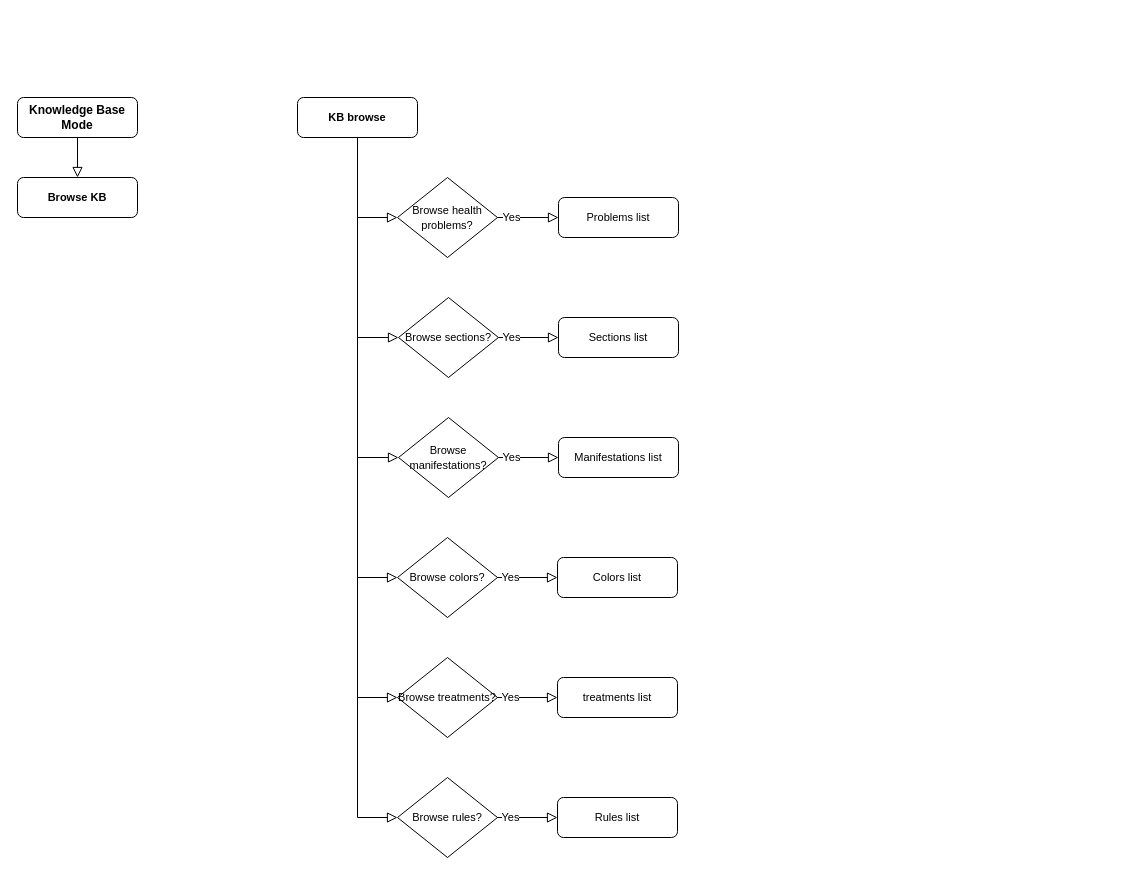
Above: docs/kb_mode_rules.drawio in francescoperagine/GreMaES (draw.io), before the change. Source tidied: cells renumbered, new cells numbered last; positions are measured from the earlier drawing's top-left corner, leaving out a move shared by most shapes. Both pictures are drawn from the tidied source at 100%, with x=0, y=0 at pixel (17, 97).
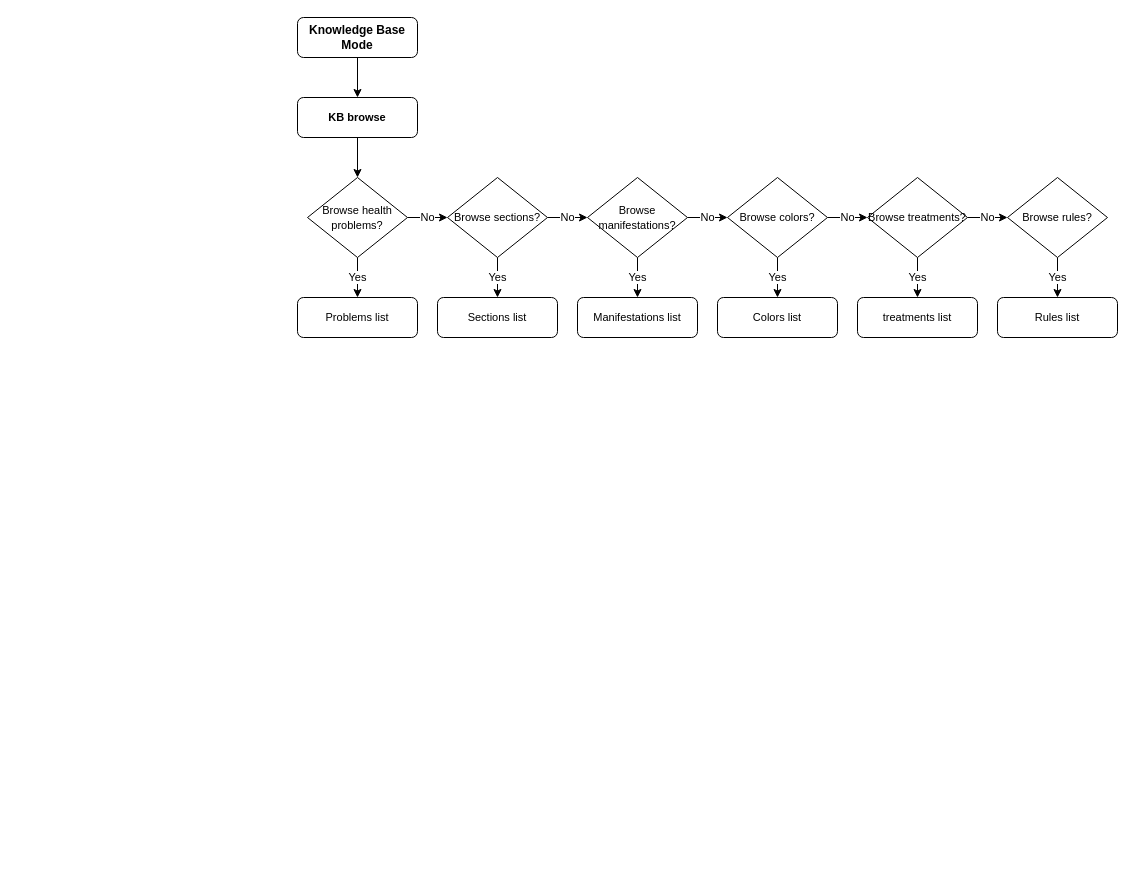
The same diagram, later.

Unchanged cells that the change refers to:
```xml
<mxCell id="2" value="&lt;span style=&quot;font-size: 11px;&quot;&gt;KB browse&lt;br&gt;&lt;/span&gt;" style="rounded=1;whiteSpace=wrap;html=1;fontSize=12;glass=0;strokeWidth=1;shadow=0;fontStyle=1;labelBackgroundColor=default;labelBorderColor=none;" parent="1" vertex="1">
  <mxGeometry x="280" width="120" height="40" as="geometry" />
</mxCell>
```

Diff of the diagram source:
```diff
@@
+    <mxCell id="8" style="edgeStyle=orthogonalEdgeStyle;rounded=0;jettySize=auto;html=1;" parent="1" edge="1" source="2" target="3">
+      <mxGeometry relative="1" as="geometry" />
+    </mxCell>
@@
-    <mxCell id="3" value="&lt;span style=&quot;font-size: 11px;&quot;&gt;Browse health problems?&lt;/span&gt;" style="rhombus;whiteSpace=wrap;html=1;" parent="1" vertex="1">
-      <mxGeometry x="380" y="80" width="100" height="80" as="geometry" />
-    </mxCell>
+    <mxCell id="9" value="Yes" style="edgeStyle=orthogonalEdgeStyle;rounded=0;jettySize=auto;html=1;" parent="1" edge="1" source="4" target="12">
+      <mxGeometry relative="1" as="geometry" />
+    </mxCell>
+    <mxCell id="30" value="No" style="edgeStyle=orthogonalEdgeStyle;rounded=0;jettySize=auto;html=1;" parent="1" edge="1" source="4" target="5">
+      <mxGeometry relative="1" as="geometry" />
+    </mxCell>
     <mxCell id="4" value="&lt;span style=&quot;font-size: 11px;&quot;&gt;Browse sections?&lt;/span&gt;" style="rhombus;whiteSpace=wrap;html=1;" parent="1" vertex="1">
-      <mxGeometry x="381" y="200" width="100" height="80" as="geometry" />
+      <mxGeometry x="430" y="80" width="100" height="80" as="geometry" />
     </mxCell>
+    <mxCell id="14" value="Yes" style="edgeStyle=orthogonalEdgeStyle;rounded=0;jettySize=auto;html=1;" parent="1" edge="1" source="5" target="15">
+      <mxGeometry relative="1" as="geometry" />
+    </mxCell>
+    <mxCell id="31" value="No" style="edgeStyle=orthogonalEdgeStyle;rounded=0;jettySize=auto;html=1;" parent="1" edge="1" source="5" target="6">
+      <mxGeometry relative="1" as="geometry" />
+    </mxCell>
     <mxCell id="5" value="&lt;span style=&quot;font-size: 11px;&quot;&gt;Browse manifestations?&lt;/span&gt;" style="rhombus;whiteSpace=wrap;html=1;" parent="1" vertex="1">
-      <mxGeometry x="381" y="320" width="100" height="80" as="geometry" />
+      <mxGeometry x="570" y="80" width="100" height="80" as="geometry" />
     </mxCell>
+    <mxCell id="16" value="Yes" style="edgeStyle=orthogonalEdgeStyle;rounded=0;jettySize=auto;html=1;" parent="1" edge="1" source="6" target="17">
+      <mxGeometry relative="1" as="geometry" />
+    </mxCell>
+    <mxCell id="32" value="No" style="edgeStyle=orthogonalEdgeStyle;rounded=0;jettySize=auto;html=1;" parent="1" edge="1" source="6" target="19">
+      <mxGeometry relative="1" as="geometry" />
+    </mxCell>
     <mxCell id="6" value="&lt;span style=&quot;font-size: 11px;&quot;&gt;Browse colors?&lt;/span&gt;" style="rhombus;whiteSpace=wrap;html=1;" parent="1" vertex="1">
-      <mxGeometry x="380" y="440" width="100" height="80" as="geometry" />
+      <mxGeometry x="710" y="80" width="100" height="80" as="geometry" />
     </mxCell>
-    <mxCell id="7" value="Yes" style="rounded=0;html=1;jettySize=auto;fontSize=11;endArrow=block;endFill=0;endSize=8;strokeWidth=1;shadow=0;labelBackgroundColor=default;edgeStyle=orthogonalEdgeStyle;" parent="1" edge="1" source="3" target="11">
-      <mxGeometry x="-0.55" relative="1" as="geometry" />
-    </mxCell>
-    <mxCell id="8" style="rounded=0;html=1;jettySize=auto;fontSize=11;endArrow=block;endFill=0;endSize=8;strokeWidth=1;shadow=0;labelBackgroundColor=default;edgeStyle=orthogonalEdgeStyle;exitX=0.5;exitY=1;exitDx=0;exitDy=0;entryX=0;entryY=0.5;entryDx=0;entryDy=0;" parent="1" edge="1" source="2" target="3">
-      <mxGeometry x="0.33" relative="1" as="geometry" />
-    </mxCell>
-    <mxCell id="9" value="Yes" style="rounded=0;html=1;jettySize=auto;fontSize=11;endArrow=block;endFill=0;endSize=8;strokeWidth=1;shadow=0;labelBackgroundColor=default;edgeStyle=orthogonalEdgeStyle;" parent="1" edge="1" source="4" target="12">
-      <mxGeometry x="-0.55" relative="1" as="geometry" />
-    </mxCell>
-    <mxCell id="10" style="rounded=0;html=1;jettySize=auto;fontSize=11;endArrow=block;endFill=0;endSize=8;strokeWidth=1;shadow=0;labelBackgroundColor=default;edgeStyle=orthogonalEdgeStyle;entryX=0;entryY=0.5;entryDx=0;entryDy=0;" parent="1" edge="1" source="2" target="4">
-      <mxGeometry x="0.33" relative="1" as="geometry" />
-    </mxCell>
     <mxCell id="11" value="&lt;span style=&quot;font-size: 11px;&quot;&gt;Problems list&lt;br&gt;&lt;/span&gt;" style="rounded=1;whiteSpace=wrap;html=1;fontSize=12;glass=0;strokeWidth=1;shadow=0;fontStyle=0;labelBackgroundColor=default;labelBorderColor=none;" parent="1" vertex="1">
-      <mxGeometry x="541" y="100" width="120" height="40" as="geometry" />
+      <mxGeometry x="280" y="200" width="120" height="40" as="geometry" />
     </mxCell>
     <mxCell id="12" value="&lt;span style=&quot;font-size: 11px;&quot;&gt;Sections list&lt;br&gt;&lt;/span&gt;" style="rounded=1;whiteSpace=wrap;html=1;fontSize=12;glass=0;strokeWidth=1;shadow=0;fontStyle=0;labelBackgroundColor=default;labelBorderColor=none;" parent="1" vertex="1">
-      <mxGeometry x="541" y="220" width="120" height="40" as="geometry" />
+      <mxGeometry x="420" y="200" width="120" height="40" as="geometry" />
     </mxCell>
-    <mxCell id="13" style="rounded=0;html=1;jettySize=auto;fontSize=11;endArrow=block;endFill=0;endSize=8;strokeWidth=1;shadow=0;labelBackgroundColor=default;edgeStyle=orthogonalEdgeStyle;entryX=0;entryY=0.5;entryDx=0;entryDy=0;" parent="1" edge="1" source="2" target="6">
-      <mxGeometry x="0.33" relative="1" as="geometry" />
-    </mxCell>
-    <mxCell id="14" value="Yes" style="rounded=0;html=1;jettySize=auto;fontSize=11;endArrow=block;endFill=0;endSize=8;strokeWidth=1;shadow=0;labelBackgroundColor=default;edgeStyle=orthogonalEdgeStyle;" parent="1" edge="1" source="5" target="15">
-      <mxGeometry x="-0.55" relative="1" as="geometry" />
-    </mxCell>
     <mxCell id="15" value="&lt;span style=&quot;font-size: 11px;&quot;&gt;Manifestations list&lt;br&gt;&lt;/span&gt;" style="rounded=1;whiteSpace=wrap;html=1;fontSize=12;glass=0;strokeWidth=1;shadow=0;fontStyle=0;labelBackgroundColor=default;labelBorderColor=none;" parent="1" vertex="1">
-      <mxGeometry x="541" y="340" width="120" height="40" as="geometry" />
+      <mxGeometry x="560" y="200" width="120" height="40" as="geometry" />
     </mxCell>
-    <mxCell id="16" value="Yes" style="rounded=0;html=1;jettySize=auto;fontSize=11;endArrow=block;endFill=0;endSize=8;strokeWidth=1;shadow=0;labelBackgroundColor=default;edgeStyle=orthogonalEdgeStyle;" parent="1" edge="1" source="6" target="17">
-      <mxGeometry x="-0.55" relative="1" as="geometry" />
-    </mxCell>
     <mxCell id="17" value="&lt;span style=&quot;font-size: 11px;&quot;&gt;Colors list&lt;br&gt;&lt;/span&gt;" style="rounded=1;whiteSpace=wrap;html=1;fontSize=12;glass=0;strokeWidth=1;shadow=0;fontStyle=0;labelBackgroundColor=default;labelBorderColor=none;" parent="1" vertex="1">
-      <mxGeometry x="540" y="460" width="120" height="40" as="geometry" />
+      <mxGeometry x="700" y="200" width="120" height="40" as="geometry" />
     </mxCell>
-    <mxCell id="18" style="rounded=0;html=1;jettySize=auto;fontSize=11;endArrow=block;endFill=0;endSize=8;strokeWidth=1;shadow=0;labelBackgroundColor=default;edgeStyle=orthogonalEdgeStyle;exitX=0.5;exitY=1;exitDx=0;exitDy=0;entryX=0;entryY=0.5;entryDx=0;entryDy=0;" parent="1" edge="1" source="2" target="5">
-      <mxGeometry x="0.33" relative="1" as="geometry" />
-    </mxCell>
+    <mxCell id="20" value="Yes" style="edgeStyle=orthogonalEdgeStyle;rounded=0;jettySize=auto;html=1;" parent="1" edge="1" source="19" target="21">
+      <mxGeometry relative="1" as="geometry" />
+    </mxCell>
+    <mxCell id="33" value="No" style="edgeStyle=orthogonalEdgeStyle;rounded=0;jettySize=auto;html=1;" parent="1" edge="1" source="19" target="22">
+      <mxGeometry relative="1" as="geometry" />
+    </mxCell>
     <mxCell id="19" value="&lt;span style=&quot;font-size: 11px;&quot;&gt;Browse treatments?&lt;/span&gt;" style="rhombus;whiteSpace=wrap;html=1;" parent="1" vertex="1">
-      <mxGeometry x="380" y="560" width="100" height="80" as="geometry" />
+      <mxGeometry x="850" y="80" width="100" height="80" as="geometry" />
     </mxCell>
-    <mxCell id="20" value="Yes" style="rounded=0;html=1;jettySize=auto;fontSize=11;endArrow=block;endFill=0;endSize=8;strokeWidth=1;shadow=0;labelBackgroundColor=default;edgeStyle=orthogonalEdgeStyle;" parent="1" edge="1" source="19" target="21">
-      <mxGeometry x="-0.55" relative="1" as="geometry" />
-    </mxCell>
     <mxCell id="21" value="&lt;span style=&quot;font-size: 11px;&quot;&gt;treatments list&lt;br&gt;&lt;/span&gt;" style="rounded=1;whiteSpace=wrap;html=1;fontSize=12;glass=0;strokeWidth=1;shadow=0;fontStyle=0;labelBackgroundColor=default;labelBorderColor=none;" parent="1" vertex="1">
-      <mxGeometry x="540" y="580" width="120" height="40" as="geometry" />
+      <mxGeometry x="840" y="200" width="120" height="40" as="geometry" />
     </mxCell>
+    <mxCell id="23" value="Yes" style="edgeStyle=orthogonalEdgeStyle;rounded=0;jettySize=auto;html=1;" parent="1" edge="1" source="22" target="24">
+      <mxGeometry relative="1" as="geometry" />
+    </mxCell>
     <mxCell id="22" value="&lt;span style=&quot;font-size: 11px;&quot;&gt;Browse rules?&lt;/span&gt;" style="rhombus;whiteSpace=wrap;html=1;" parent="1" vertex="1">
-      <mxGeometry x="380" y="680" width="100" height="80" as="geometry" />
+      <mxGeometry x="990" y="80" width="100" height="80" as="geometry" />
     </mxCell>
-    <mxCell id="23" value="Yes" style="rounded=0;html=1;jettySize=auto;fontSize=11;endArrow=block;endFill=0;endSize=8;strokeWidth=1;shadow=0;labelBackgroundColor=default;edgeStyle=orthogonalEdgeStyle;" parent="1" edge="1" source="22" target="24">
-      <mxGeometry x="-0.55" relative="1" as="geometry" />
-    </mxCell>
     <mxCell id="24" value="&lt;span style=&quot;font-size: 11px;&quot;&gt;Rules list&lt;br&gt;&lt;/span&gt;" style="rounded=1;whiteSpace=wrap;html=1;fontSize=12;glass=0;strokeWidth=1;shadow=0;fontStyle=0;labelBackgroundColor=default;labelBorderColor=none;" parent="1" vertex="1">
-      <mxGeometry x="540" y="700" width="120" height="40" as="geometry" />
+      <mxGeometry x="980" y="200" width="120" height="40" as="geometry" />
     </mxCell>
-    <mxCell id="25" style="rounded=0;html=1;jettySize=auto;fontSize=11;endArrow=block;endFill=0;endSize=8;strokeWidth=1;shadow=0;labelBackgroundColor=default;edgeStyle=orthogonalEdgeStyle;entryX=0;entryY=0.5;entryDx=0;entryDy=0;exitX=0.5;exitY=1;exitDx=0;exitDy=0;" parent="1" edge="1" source="2" target="19">
-      <mxGeometry x="0.33" relative="1" as="geometry" />
-    </mxCell>
-    <mxCell id="26" style="rounded=0;html=1;jettySize=auto;fontSize=11;endArrow=block;endFill=0;endSize=8;strokeWidth=1;shadow=0;labelBackgroundColor=default;edgeStyle=orthogonalEdgeStyle;entryX=0;entryY=0.5;entryDx=0;entryDy=0;exitX=0.5;exitY=1;exitDx=0;exitDy=0;" parent="1" edge="1" source="2" target="22">
-      <mxGeometry x="0.33" relative="1" as="geometry" />
-    </mxCell>
+    <mxCell id="34" style="edgeStyle=orthogonalEdgeStyle;rounded=0;jettySize=auto;html=1;" parent="1" edge="1" source="27" target="2">
+      <mxGeometry relative="1" as="geometry" />
+    </mxCell>
     <mxCell id="27" value="Knowledge Base Mode" style="rounded=1;whiteSpace=wrap;html=1;fontSize=12;glass=0;strokeWidth=1;shadow=0;fontStyle=1;" parent="1" vertex="1">
-      <mxGeometry width="120" height="40" as="geometry" />
+      <mxGeometry x="280" y="-80" width="120" height="40" as="geometry" />
     </mxCell>
-    <mxCell id="28" value="&lt;span style=&quot;font-size: 11px;&quot;&gt;Browse KB&lt;br&gt;&lt;/span&gt;" style="rounded=1;whiteSpace=wrap;html=1;fontSize=12;glass=0;strokeWidth=1;shadow=0;fontStyle=1;labelBackgroundColor=none;labelBorderColor=none;" parent="1" vertex="1">
-      <mxGeometry y="80" width="120" height="40" as="geometry" />
-    </mxCell>
-    <mxCell id="29" style="rounded=0;html=1;jettySize=auto;fontSize=11;endArrow=block;endFill=0;endSize=8;strokeWidth=1;shadow=0;labelBackgroundColor=default;edgeStyle=orthogonalEdgeStyle;exitX=0.5;exitY=1;exitDx=0;exitDy=0;" parent="1" edge="1" source="27" target="28">
-      <mxGeometry x="-0.71" relative="1" as="geometry" />
-    </mxCell>
+    <mxCell id="35" value="No" style="edgeStyle=orthogonalEdgeStyle;rounded=0;jettySize=auto;html=1;" parent="1" edge="1" source="3" target="4">
+      <mxGeometry relative="1" as="geometry" />
+    </mxCell>
+    <mxCell id="7" value="Yes" style="edgeStyle=orthogonalEdgeStyle;rounded=0;jettySize=auto;html=1;" parent="1" edge="1" source="3" target="11">
+      <mxGeometry relative="1" as="geometry" />
+    </mxCell>
+    <mxCell id="3" value="&lt;span style=&quot;font-size: 11px;&quot;&gt;Browse health problems?&lt;/span&gt;" style="rhombus;whiteSpace=wrap;html=1;" parent="1" vertex="1">
+      <mxGeometry x="290" y="80" width="100" height="80" as="geometry" />
+    </mxCell>
```
